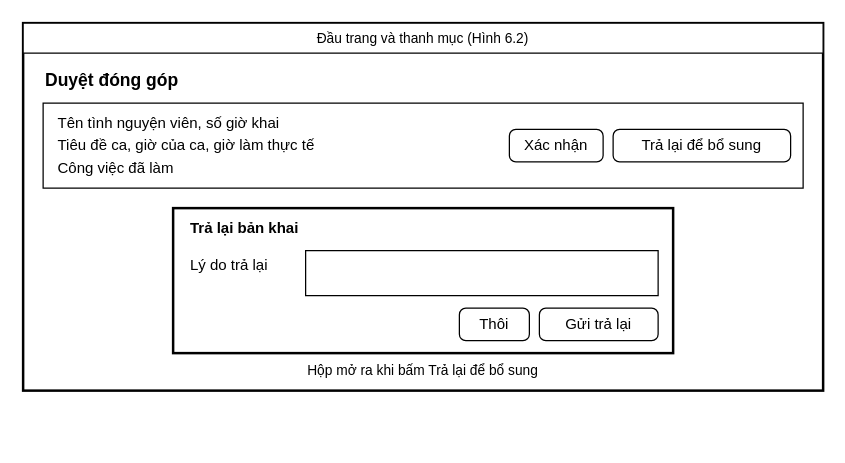
Above: docs/giao_dien/drawio/M11_Duyet_dong_gop.drawio in kanishere55/OOSD_NenTangDieuPhoi_TNV (draw.io), before the change. Source tidied: cells renumbered, new cells numbered last; positions are measured from the earlier drawing's top-left corner, leaving out a move shared by most shapes. Both pictures are drawn from the tidied source at 125%, with x=0, y=0 at pixel (22, 22).
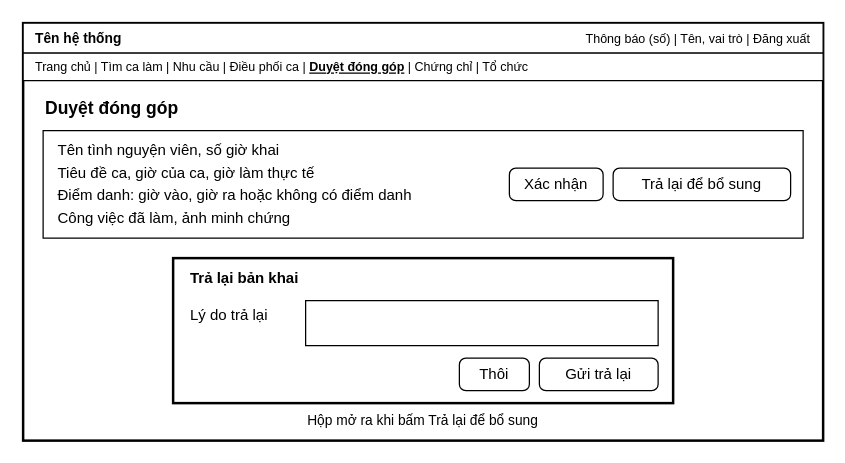
The same page after the edit.

What changed in the source:
```diff
@@
     <mxCell id="2" style="rounded=0;whiteSpace=wrap;html=1;fillColor=#ffffff;strokeColor=#000000;strokeWidth=2;" parent="1" vertex="1">
-      <mxGeometry width="640" height="294" as="geometry" />
+      <mxGeometry width="640" height="334" as="geometry" />
     </mxCell>
-    <mxCell id="3" value="Đầu trang và thanh mục (Hình 6.2)" style="rounded=0;whiteSpace=wrap;html=1;fillColor=#ffffff;strokeColor=#000000;fontColor=#000000;fontSize=11;align=center;" parent="1" vertex="1">
+    <mxCell id="3" style="rounded=0;whiteSpace=wrap;html=1;fillColor=#ffffff;strokeColor=#000000;fontColor=#000000;fontSize=12;align=center;" parent="1" vertex="1">
       <mxGeometry width="640" height="24" as="geometry" />
     </mxCell>
-    <mxCell id="4" value="Duyệt đóng góp" style="text;html=1;strokeColor=none;fillColor=none;whiteSpace=wrap;verticalAlign=middle;fontColor=#000000;align=left;fontSize=14;fontStyle=1;" parent="1" vertex="1">
-      <mxGeometry x="16" y="34" width="400" height="24" as="geometry" />
+    <mxCell id="4" value="Tên hệ thống" style="text;html=1;strokeColor=none;fillColor=none;whiteSpace=wrap;verticalAlign=middle;fontColor=#000000;align=left;fontSize=11;fontStyle=1;" parent="1" vertex="1">
+      <mxGeometry x="8" y="2" width="150" height="20" as="geometry" />
     </mxCell>
-    <mxCell id="5" style="rounded=0;whiteSpace=wrap;html=1;fillColor=#ffffff;strokeColor=#000000;fontColor=#000000;fontSize=12;align=center;" parent="1" vertex="1">
-      <mxGeometry x="16" y="64" width="608" height="68" as="geometry" />
+    <mxCell id="5" value="Thông báo (số)   |   Tên, vai trò   |   Đăng xuất" style="text;html=1;strokeColor=none;fillColor=none;whiteSpace=wrap;verticalAlign=middle;fontColor=#000000;align=right;fontSize=10;fontStyle=0;" parent="1" vertex="1">
+      <mxGeometry x="340" y="2" width="292" height="20" as="geometry" />
     </mxCell>
-    <mxCell id="6" value="Tên tình nguyện viên, số giờ khai" style="text;html=1;strokeColor=none;fillColor=none;whiteSpace=wrap;verticalAlign=middle;fontColor=#000000;align=left;fontSize=12;fontStyle=0;" parent="1" vertex="1">
-      <mxGeometry x="26" y="71" width="588" height="18" as="geometry" />
+    <mxCell id="6" style="rounded=0;whiteSpace=wrap;html=1;fillColor=#ffffff;strokeColor=#000000;fontColor=#000000;fontSize=12;align=center;" parent="1" vertex="1">
+      <mxGeometry y="24" width="640" height="22" as="geometry" />
     </mxCell>
-    <mxCell id="7" value="Tiêu đề ca, giờ của ca, giờ làm thực tế" style="text;html=1;strokeColor=none;fillColor=none;whiteSpace=wrap;verticalAlign=middle;fontColor=#000000;align=left;fontSize=12;fontStyle=0;" parent="1" vertex="1">
-      <mxGeometry x="26" y="89" width="588" height="18" as="geometry" />
+    <mxCell id="7" value="Trang chủ   |   Tìm ca làm   |   Nhu cầu   |   Điều phối ca   |   &lt;b&gt;&lt;u&gt;Duyệt đóng góp&lt;/u&gt;&lt;/b&gt;   |   Chứng chỉ   |   Tổ chức" style="text;html=1;strokeColor=none;fillColor=none;whiteSpace=wrap;verticalAlign=middle;fontColor=#000000;align=left;fontSize=10;fontStyle=0;" parent="1" vertex="1">
+      <mxGeometry x="8" y="25" width="624" height="20" as="geometry" />
     </mxCell>
-    <mxCell id="8" value="Công việc đã làm" style="text;html=1;strokeColor=none;fillColor=none;whiteSpace=wrap;verticalAlign=middle;fontColor=#000000;align=left;fontSize=12;fontStyle=0;" parent="1" vertex="1">
-      <mxGeometry x="26" y="107" width="588" height="18" as="geometry" />
+    <mxCell id="8" value="Duyệt đóng góp" style="text;html=1;strokeColor=none;fillColor=none;whiteSpace=wrap;verticalAlign=middle;fontColor=#000000;align=left;fontSize=14;fontStyle=1;" parent="1" vertex="1">
+      <mxGeometry x="16" y="56" width="400" height="24" as="geometry" />
     </mxCell>
-    <mxCell id="9" value="Trả lại để bổ sung" style="rounded=1;arcSize=20;whiteSpace=wrap;html=1;fillColor=#ffffff;strokeColor=#000000;fontColor=#000000;fontSize=12;" parent="1" vertex="1">
-      <mxGeometry x="472" y="85" width="142" height="26" as="geometry" />
+    <mxCell id="9" style="rounded=0;whiteSpace=wrap;html=1;fillColor=#ffffff;strokeColor=#000000;fontColor=#000000;fontSize=12;align=center;" parent="1" vertex="1">
+      <mxGeometry x="16" y="86" width="608" height="86" as="geometry" />
     </mxCell>
-    <mxCell id="10" value="Xác nhận" style="rounded=1;arcSize=20;whiteSpace=wrap;html=1;fillColor=#ffffff;strokeColor=#000000;fontColor=#000000;fontSize=12;" parent="1" vertex="1">
-      <mxGeometry x="389" y="85" width="75" height="26" as="geometry" />
+    <mxCell id="10" value="Tên tình nguyện viên, số giờ khai" style="text;html=1;strokeColor=none;fillColor=none;whiteSpace=wrap;verticalAlign=middle;fontColor=#000000;align=left;fontSize=12;fontStyle=0;" parent="1" vertex="1">
+      <mxGeometry x="26" y="93" width="588" height="18" as="geometry" />
     </mxCell>
-    <mxCell id="11" style="rounded=0;whiteSpace=wrap;html=1;fillColor=#ffffff;strokeColor=#000000;fontColor=#000000;fontSize=12;align=center;strokeWidth=2;" parent="1" vertex="1">
-      <mxGeometry x="120" y="148" width="400" height="116" as="geometry" />
+    <mxCell id="11" value="Tiêu đề ca, giờ của ca, giờ làm thực tế" style="text;html=1;strokeColor=none;fillColor=none;whiteSpace=wrap;verticalAlign=middle;fontColor=#000000;align=left;fontSize=12;fontStyle=0;" parent="1" vertex="1">
+      <mxGeometry x="26" y="111" width="588" height="18" as="geometry" />
     </mxCell>
-    <mxCell id="12" value="Trả lại bản khai" style="text;html=1;strokeColor=none;fillColor=none;whiteSpace=wrap;verticalAlign=middle;fontColor=#000000;align=left;fontSize=12;fontStyle=1;" parent="1" vertex="1">
-      <mxGeometry x="132" y="154" width="300" height="20" as="geometry" />
+    <mxCell id="12" value="Điểm danh: giờ vào, giờ ra hoặc không có điểm danh" style="text;html=1;strokeColor=none;fillColor=none;whiteSpace=wrap;verticalAlign=middle;fontColor=#000000;align=left;fontSize=12;fontStyle=0;" parent="1" vertex="1">
+      <mxGeometry x="26" y="129" width="588" height="18" as="geometry" />
     </mxCell>
-    <mxCell id="13" value="Lý do trả lại" style="text;html=1;strokeColor=none;fillColor=none;whiteSpace=wrap;verticalAlign=middle;fontColor=#000000;align=left;fontSize=12;fontStyle=0;" parent="1" vertex="1">
-      <mxGeometry x="132" y="182" width="90" height="24" as="geometry" />
+    <mxCell id="13" value="Công việc đã làm, ảnh minh chứng" style="text;html=1;strokeColor=none;fillColor=none;whiteSpace=wrap;verticalAlign=middle;fontColor=#000000;align=left;fontSize=12;fontStyle=0;" parent="1" vertex="1">
+      <mxGeometry x="26" y="147" width="588" height="18" as="geometry" />
     </mxCell>
-    <mxCell id="14" style="rounded=0;whiteSpace=wrap;html=1;fillColor=#ffffff;strokeColor=#000000;fontColor=#000000;fontSize=12;align=center;" parent="1" vertex="1">
-      <mxGeometry x="226" y="182" width="282" height="36" as="geometry" />
+    <mxCell id="14" value="Trả lại để bổ sung" style="rounded=1;arcSize=20;whiteSpace=wrap;html=1;fillColor=#ffffff;strokeColor=#000000;fontColor=#000000;fontSize=12;" parent="1" vertex="1">
+      <mxGeometry x="472" y="116" width="142" height="26" as="geometry" />
     </mxCell>
-    <mxCell id="15" value="Gửi trả lại" style="rounded=1;arcSize=20;whiteSpace=wrap;html=1;fillColor=#ffffff;strokeColor=#000000;fontColor=#000000;fontSize=12;" parent="1" vertex="1">
-      <mxGeometry x="413" y="228" width="95" height="26" as="geometry" />
+    <mxCell id="15" value="Xác nhận" style="rounded=1;arcSize=20;whiteSpace=wrap;html=1;fillColor=#ffffff;strokeColor=#000000;fontColor=#000000;fontSize=12;" parent="1" vertex="1">
+      <mxGeometry x="389" y="116" width="75" height="26" as="geometry" />
     </mxCell>
-    <mxCell id="16" value="Thôi" style="rounded=1;arcSize=20;whiteSpace=wrap;html=1;fillColor=#ffffff;strokeColor=#000000;fontColor=#000000;fontSize=12;" parent="1" vertex="1">
-      <mxGeometry x="349" y="228" width="56" height="26" as="geometry" />
+    <mxCell id="16" style="rounded=0;whiteSpace=wrap;html=1;fillColor=#ffffff;strokeColor=#000000;fontColor=#000000;fontSize=12;align=center;strokeWidth=2;" parent="1" vertex="1">
+      <mxGeometry x="120" y="188" width="400" height="116" as="geometry" />
     </mxCell>
-    <mxCell id="17" value="Hộp mở ra khi bấm Trả lại để bổ sung" style="text;html=1;strokeColor=none;fillColor=none;whiteSpace=wrap;verticalAlign=middle;fontColor=#000000;align=center;fontSize=11;fontStyle=0;" parent="1" vertex="1">
-      <mxGeometry x="120" y="268" width="400" height="20" as="geometry" />
+    <mxCell id="17" value="Trả lại bản khai" style="text;html=1;strokeColor=none;fillColor=none;whiteSpace=wrap;verticalAlign=middle;fontColor=#000000;align=left;fontSize=12;fontStyle=1;" parent="1" vertex="1">
+      <mxGeometry x="132" y="194" width="300" height="20" as="geometry" />
     </mxCell>
+    <mxCell id="18" value="Lý do trả lại" style="text;html=1;strokeColor=none;fillColor=none;whiteSpace=wrap;verticalAlign=middle;fontColor=#000000;align=left;fontSize=12;fontStyle=0;" parent="1" vertex="1">
+      <mxGeometry x="132" y="222" width="90" height="24" as="geometry" />
+    </mxCell>
+    <mxCell id="19" style="rounded=0;whiteSpace=wrap;html=1;fillColor=#ffffff;strokeColor=#000000;fontColor=#000000;fontSize=12;align=center;" parent="1" vertex="1">
+      <mxGeometry x="226" y="222" width="282" height="36" as="geometry" />
+    </mxCell>
+    <mxCell id="20" value="Gửi trả lại" style="rounded=1;arcSize=20;whiteSpace=wrap;html=1;fillColor=#ffffff;strokeColor=#000000;fontColor=#000000;fontSize=12;" parent="1" vertex="1">
+      <mxGeometry x="413" y="268" width="95" height="26" as="geometry" />
+    </mxCell>
+    <mxCell id="21" value="Thôi" style="rounded=1;arcSize=20;whiteSpace=wrap;html=1;fillColor=#ffffff;strokeColor=#000000;fontColor=#000000;fontSize=12;" parent="1" vertex="1">
+      <mxGeometry x="349" y="268" width="56" height="26" as="geometry" />
+    </mxCell>
+    <mxCell id="22" value="Hộp mở ra khi bấm Trả lại để bổ sung" style="text;html=1;strokeColor=none;fillColor=none;whiteSpace=wrap;verticalAlign=middle;fontColor=#000000;align=center;fontSize=11;fontStyle=0;" parent="1" vertex="1">
+      <mxGeometry x="120" y="308" width="400" height="20" as="geometry" />
+    </mxCell>
```
